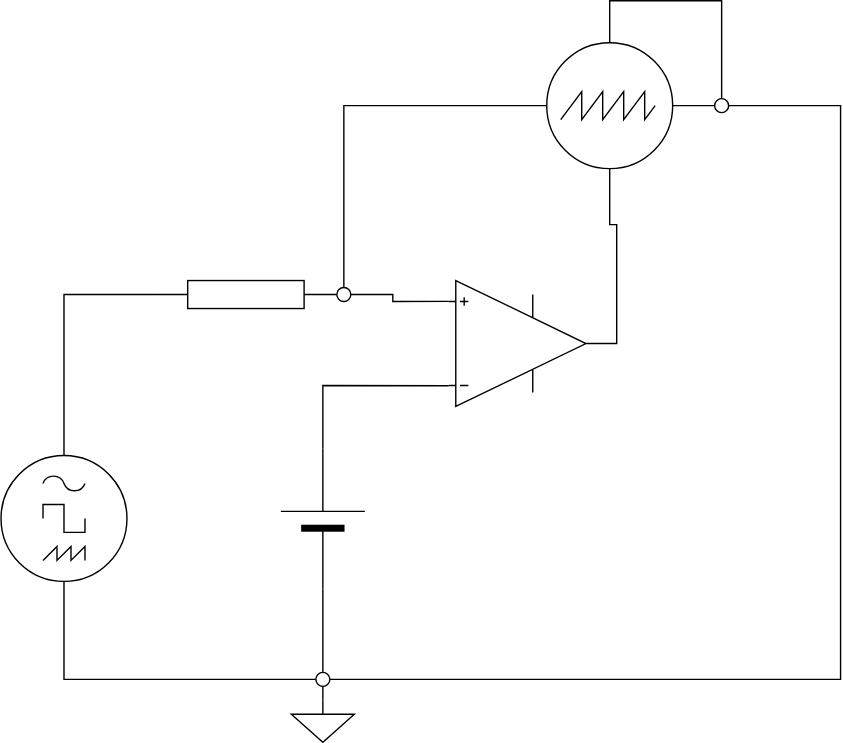
Baumbart13/Mitschrift keeps this draw.io diagram as 5/LA/AMEC/OPV3/Komparator_ohneHysterese_1.drawio.svg. Above is the earlier version. Source tidied: cells renumbered, new cells last; positions are measured from the earlier drawing's top-left corner, leaving out a move shared by most shapes.
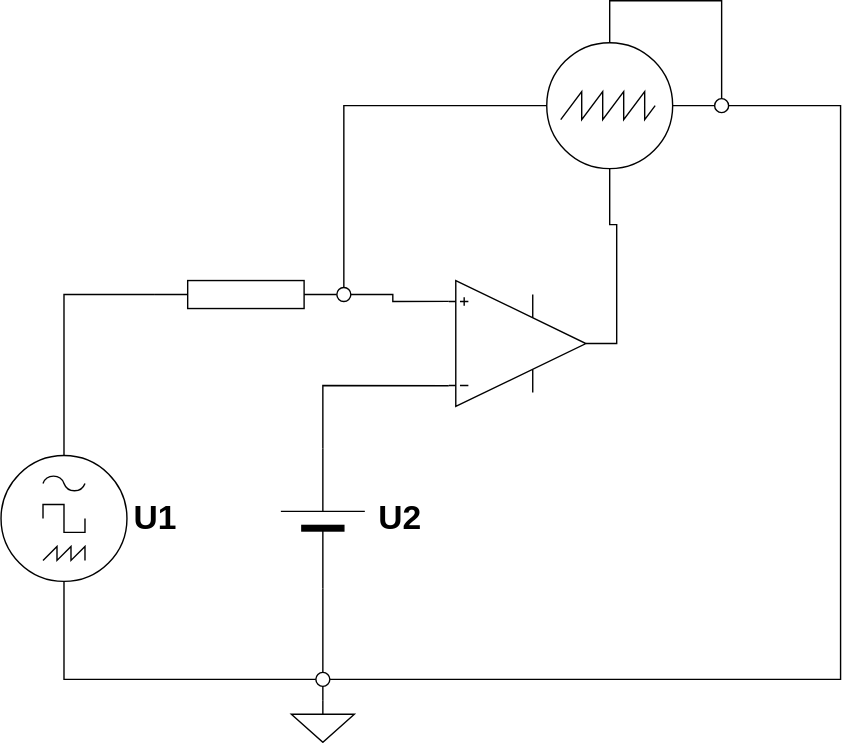
After the commit.

Change to the diagram source:
```diff
@@ -99,5 +99,11 @@
     <mxCell id="21" style="endArrow=none;html=1;rounded=0;exitX=0.5;exitY=0;exitDx=0;exitDy=0;exitPerimeter=0;entryX=0.5;entryY=1;entryDx=0;entryDy=0;" parent="1" edge="1" source="10" target="18">
       <mxGeometry relative="1" as="geometry" />
     </mxCell>
+    <mxCell id="22" value="&lt;div&gt;U2&lt;/div&gt;" style="text;strokeColor=none;fillColor=none;html=1;fontSize=24;fontStyle=1;verticalAlign=middle;align=center;" parent="1" vertex="1">
+      <mxGeometry x="235" y="350" width="100" height="40" as="geometry" />
+    </mxCell>
+    <mxCell id="23" value="&lt;div&gt;U1&lt;/div&gt;" style="text;strokeColor=none;fillColor=none;html=1;fontSize=24;fontStyle=1;verticalAlign=middle;align=center;" parent="1" vertex="1">
+      <mxGeometry x="60" y="350" width="100" height="40" as="geometry" />
+    </mxCell>
   </root>
 </mxGraphModel>
```
